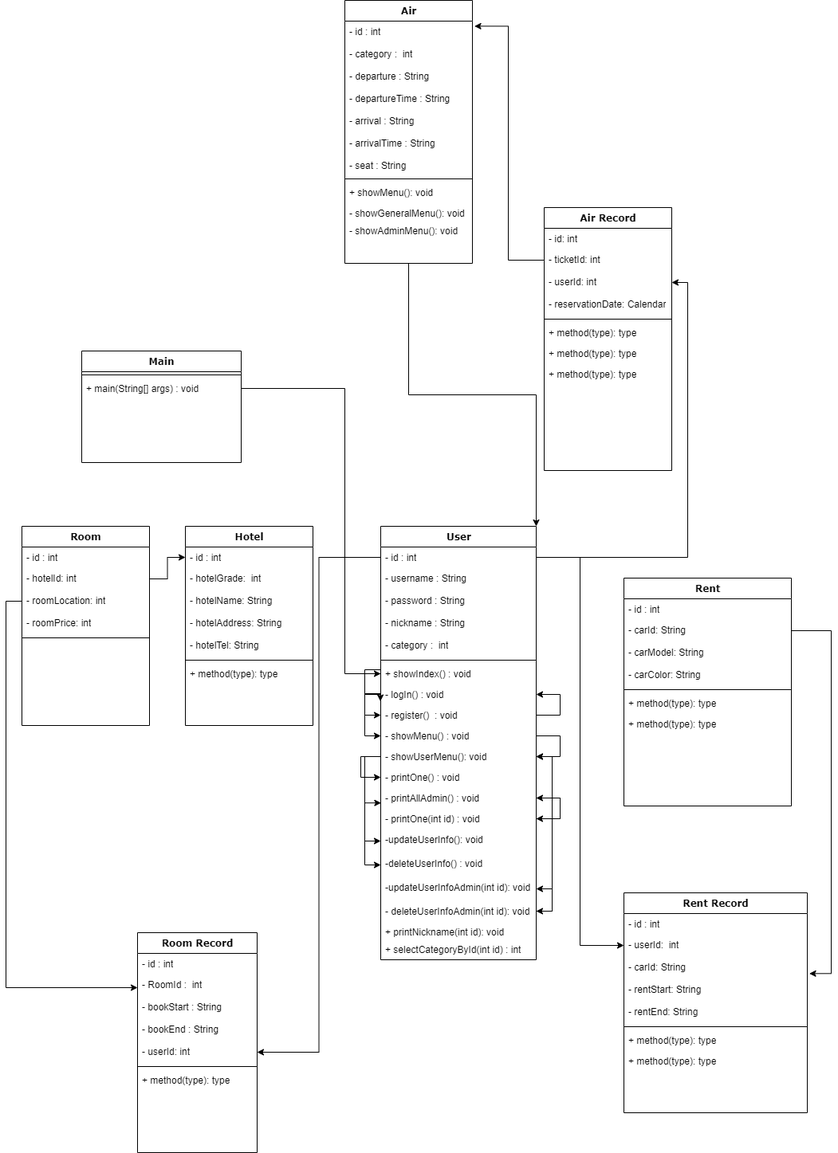
This is TravelProject/제목 없는 다이어그램의 복사본.drawio.png from yunheeversal/Study, a draw.io export, as it was before one commit. Source tidied: cells renumbered, new cells last; positions are measured from the earlier drawing's top-left corner, leaving out a move shared by most shapes.
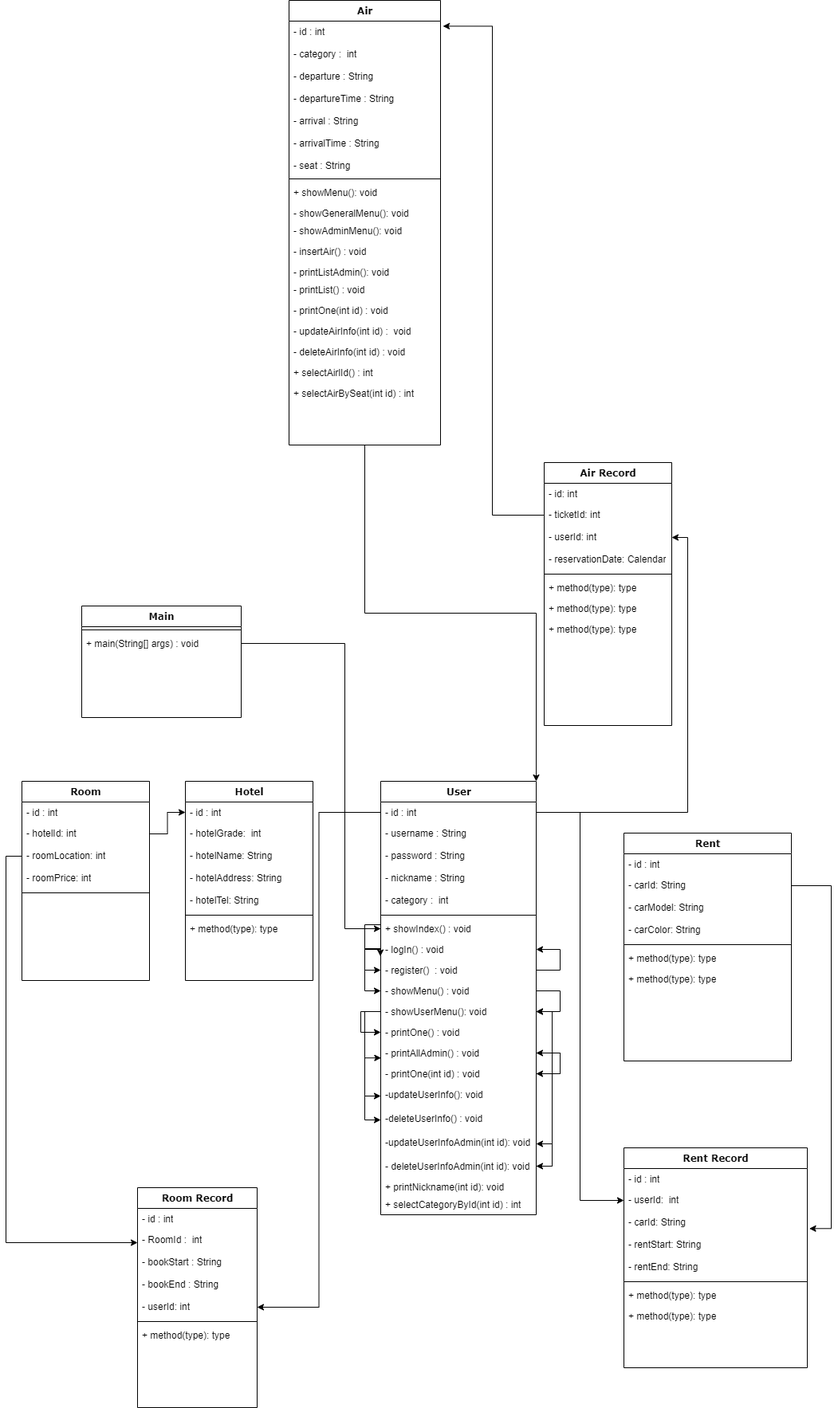
Later version of the same file.

Commit message:
제목 없는 다이어그램의 복사본.drawio.png 업데이트

Diff of the diagram source:
```diff
@@ -286,41 +286,71 @@
       <mxGeometry relative="1" as="geometry" />
     </mxCell>
     <mxCell id="86" value="Air" style="swimlane;html=1;fontStyle=1;align=center;verticalAlign=top;horizontal=1;startSize=26;swimlaneFillColor=#ffffff;rounded=0;shadow=0;comic=0;labelBackgroundColor=none;strokeWidth=1;fillColor=none;fontFamily=Verdana;fontSize=12;" parent="1" vertex="1">
-      <mxGeometry x="405" width="160" height="330" as="geometry" />
+      <mxGeometry x="335" y="-320" width="190" height="558" as="geometry" />
     </mxCell>
     <mxCell id="87" value="- id : int" style="text;html=1;strokeColor=none;fillColor=none;align=left;verticalAlign=top;spacingLeft=4;spacingRight=4;whiteSpace=wrap;overflow=hidden;points=[[0,0.5],[1,0.5]];portConstraint=eastwest;" parent="86" vertex="1">
-      <mxGeometry y="26" width="160" height="28" as="geometry" />
+      <mxGeometry y="26" width="190" height="28" as="geometry" />
     </mxCell>
     <mxCell id="88" value="- category :&amp;nbsp; int" style="text;html=1;strokeColor=none;fillColor=none;align=left;verticalAlign=top;spacingLeft=4;spacingRight=4;whiteSpace=wrap;overflow=hidden;" parent="86" vertex="1">
-      <mxGeometry y="54" width="160" height="28" as="geometry" />
+      <mxGeometry y="54" width="190" height="28" as="geometry" />
     </mxCell>
     <mxCell id="89" value="- departure :&amp;nbsp;String&lt;span&gt;&#9;&lt;/span&gt;&lt;span&gt;&#9;&lt;/span&gt;" style="text;html=1;strokeColor=none;fillColor=none;align=left;verticalAlign=top;spacingLeft=4;spacingRight=4;whiteSpace=wrap;overflow=hidden;" parent="86" vertex="1">
-      <mxGeometry y="82" width="160" height="28" as="geometry" />
+      <mxGeometry y="82" width="190" height="28" as="geometry" />
     </mxCell>
     <mxCell id="90" value="- departureTime :&amp;nbsp;String" style="text;html=1;strokeColor=none;fillColor=none;align=left;verticalAlign=top;spacingLeft=4;spacingRight=4;whiteSpace=wrap;overflow=hidden;" parent="86" vertex="1">
-      <mxGeometry y="110" width="160" height="28" as="geometry" />
+      <mxGeometry y="110" width="190" height="28" as="geometry" />
     </mxCell>
     <mxCell id="91" value="- arrival :&amp;nbsp;String&lt;br&gt;" style="text;html=1;strokeColor=none;fillColor=none;align=left;verticalAlign=top;spacingLeft=4;spacingRight=4;whiteSpace=wrap;overflow=hidden;" parent="86" vertex="1">
-      <mxGeometry y="138" width="160" height="28" as="geometry" />
+      <mxGeometry y="138" width="190" height="28" as="geometry" />
     </mxCell>
     <mxCell id="92" value="- arrivalTime :&amp;nbsp;String" style="text;html=1;strokeColor=none;fillColor=none;align=left;verticalAlign=top;spacingLeft=4;spacingRight=4;whiteSpace=wrap;overflow=hidden;" parent="86" vertex="1">
-      <mxGeometry y="166" width="160" height="28" as="geometry" />
+      <mxGeometry y="166" width="190" height="28" as="geometry" />
     </mxCell>
     <mxCell id="93" value="-&amp;nbsp;seat : String" style="text;html=1;strokeColor=none;fillColor=none;align=left;verticalAlign=top;spacingLeft=4;spacingRight=4;whiteSpace=wrap;overflow=hidden;" parent="86" vertex="1">
-      <mxGeometry y="194" width="160" height="26" as="geometry" />
+      <mxGeometry y="194" width="190" height="26" as="geometry" />
     </mxCell>
     <mxCell id="94" style="line;html=1;strokeWidth=1;fillColor=none;align=left;verticalAlign=middle;spacingTop=-1;spacingLeft=3;spacingRight=3;labelPosition=right;" parent="86" vertex="1">
-      <mxGeometry y="220" width="160" height="8" as="geometry" />
+      <mxGeometry y="220" width="190" height="8" as="geometry" />
     </mxCell>
     <mxCell id="95" value="+ showMenu(): void" style="text;html=1;strokeColor=none;fillColor=none;align=left;verticalAlign=top;spacingLeft=4;spacingRight=4;whiteSpace=wrap;overflow=hidden;" parent="86" vertex="1">
-      <mxGeometry y="228" width="160" height="26" as="geometry" />
+      <mxGeometry y="228" width="190" height="26" as="geometry" />
     </mxCell>
     <mxCell id="96" value="- showGeneralMenu(): void" style="text;html=1;strokeColor=none;fillColor=none;align=left;verticalAlign=top;spacingLeft=4;spacingRight=4;whiteSpace=wrap;overflow=hidden;" parent="86" vertex="1">
-      <mxGeometry y="254" width="160" height="22" as="geometry" />
+      <mxGeometry y="254" width="190" height="22" as="geometry" />
     </mxCell>
     <mxCell id="97" value="- showAdminMenu(): void" style="text;html=1;strokeColor=none;fillColor=none;align=left;verticalAlign=top;spacingLeft=4;spacingRight=4;whiteSpace=wrap;overflow=hidden;" parent="86" vertex="1">
-      <mxGeometry y="276" width="160" height="26" as="geometry" />
+      <mxGeometry y="276" width="190" height="26" as="geometry" />
     </mxCell>
+    <mxCell id="113" value="-&amp;nbsp;insertAir() : void" style="text;html=1;strokeColor=none;fillColor=none;align=left;verticalAlign=top;spacingLeft=4;spacingRight=4;whiteSpace=wrap;overflow=hidden;" parent="86" vertex="1">
+      <mxGeometry y="302" width="190" height="26" as="geometry" />
+    </mxCell>
+    <mxCell id="114" value="-&amp;nbsp;printListAdmin(): void" style="text;html=1;strokeColor=none;fillColor=none;align=left;verticalAlign=top;spacingLeft=4;spacingRight=4;whiteSpace=wrap;overflow=hidden;" parent="86" vertex="1">
+      <mxGeometry y="328" width="190" height="22" as="geometry" />
+    </mxCell>
+    <mxCell id="115" value="-&amp;nbsp;printList() : void" style="text;html=1;strokeColor=none;fillColor=none;align=left;verticalAlign=top;spacingLeft=4;spacingRight=4;whiteSpace=wrap;overflow=hidden;" parent="86" vertex="1">
+      <mxGeometry y="350" width="190" height="26" as="geometry" />
+    </mxCell>
+    <mxCell id="116" value="-&amp;nbsp;printOne(int id) : void" style="text;html=1;strokeColor=none;fillColor=none;align=left;verticalAlign=top;spacingLeft=4;spacingRight=4;whiteSpace=wrap;overflow=hidden;" parent="86" vertex="1">
+      <mxGeometry y="376" width="190" height="26" as="geometry" />
+    </mxCell>
+    <mxCell id="117" value="-&amp;nbsp;updateAirInfo(int id) :&amp;nbsp; void" style="text;html=1;strokeColor=none;fillColor=none;align=left;verticalAlign=top;spacingLeft=4;spacingRight=4;whiteSpace=wrap;overflow=hidden;" parent="86" vertex="1">
+      <mxGeometry y="402" width="190" height="26" as="geometry" />
+    </mxCell>
+    <mxCell id="118" value="-&amp;nbsp;deleteAirInfo(int id) : void" style="text;html=1;strokeColor=none;fillColor=none;align=left;verticalAlign=top;spacingLeft=4;spacingRight=4;whiteSpace=wrap;overflow=hidden;" parent="86" vertex="1">
+      <mxGeometry y="428" width="190" height="26" as="geometry" />
+    </mxCell>
+    <mxCell id="119" value="+&amp;nbsp;selectAirlId() : int" style="text;html=1;strokeColor=none;fillColor=none;align=left;verticalAlign=top;spacingLeft=4;spacingRight=4;whiteSpace=wrap;overflow=hidden;" parent="86" vertex="1">
+      <mxGeometry y="454" width="190" height="26" as="geometry" />
+    </mxCell>
+    <mxCell id="120" value="+&amp;nbsp;selectAirBySeat(int id) : int" style="text;html=1;strokeColor=none;fillColor=none;align=left;verticalAlign=top;spacingLeft=4;spacingRight=4;whiteSpace=wrap;overflow=hidden;" parent="86" vertex="1">
+      <mxGeometry y="480" width="190" height="26" as="geometry" />
+    </mxCell>
+    <mxCell id="121" style="text;html=1;strokeColor=none;fillColor=none;align=left;verticalAlign=top;spacingLeft=4;spacingRight=4;whiteSpace=wrap;overflow=hidden;" parent="86" vertex="1">
+      <mxGeometry y="506" width="190" height="26" as="geometry" />
+    </mxCell>
+    <mxCell id="122" style="text;html=1;strokeColor=none;fillColor=none;align=left;verticalAlign=top;spacingLeft=4;spacingRight=4;whiteSpace=wrap;overflow=hidden;" parent="86" vertex="1">
+      <mxGeometry y="532" width="190" height="26" as="geometry" />
+    </mxCell>
     <mxCell id="98" value="Main" style="swimlane;html=1;fontStyle=1;align=center;verticalAlign=top;horizontal=1;startSize=26;swimlaneFillColor=#ffffff;rounded=0;shadow=0;comic=0;labelBackgroundColor=none;strokeWidth=1;fillColor=none;fontFamily=Verdana;fontSize=12;" parent="1" vertex="1">
       <mxGeometry x="75" y="440" width="200" height="140" as="geometry" />
     </mxCell>
```
